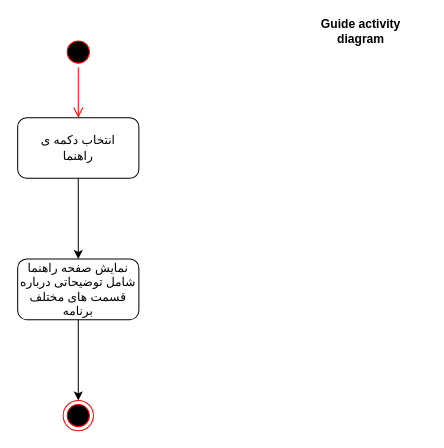
Above: Docs./ActivityDiagram-Guide.drawio in ShadiMe-flutter/Workout (draw.io), before the change. Source tidied: cells renumbered, new cells numbered last; positions are measured from the earlier drawing's top-left corner, leaving out a move shared by most shapes. Both pictures are drawn from the tidied source at 101%, with x=0, y=0 at pixel (17, 26).
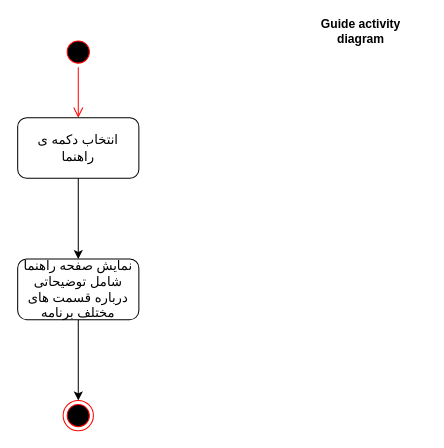
After the change.

Diff of the diagram source:
```diff
@@
 <mxGraphModel>
   <root>
     <mxCell id="0" />
     <mxCell id="1" parent="0" />
     <mxCell id="2" style="ellipse;html=1;shape=startState;fillColor=#000000;strokeColor=#ff0000;" parent="1" vertex="1">
       <mxGeometry x="45" y="10" width="30" height="30" as="geometry" />
     </mxCell>
     <mxCell id="3" style="edgeStyle=orthogonalEdgeStyle;html=1;verticalAlign=bottom;endArrow=open;endSize=8;strokeColor=#ff0000;entryX=0.5;entryY=0;entryDx=0;entryDy=0;" parent="1" edge="1" source="2" target="5">
       <mxGeometry relative="1" as="geometry" />
     </mxCell>
     <mxCell id="4" style="edgeStyle=orthogonalEdgeStyle;rounded=0;jettySize=auto;html=1;" parent="1" edge="1" source="5" target="7">
       <mxGeometry relative="1" as="geometry" />
     </mxCell>
-    <mxCell id="5" value="&lt;div&gt;انتخاب دکمه ی &lt;br&gt;&lt;/div&gt;&lt;div&gt;راهنما&lt;br&gt;&lt;/div&gt;" style="rounded=1;whiteSpace=wrap;html=1;" parent="1" vertex="1">
+    <mxCell id="5" value="&lt;div style=&quot;font-size: 13px&quot;&gt;&lt;font face=&quot;B Zar&quot; style=&quot;font-size: 13px&quot;&gt;انتخاب دکمه ی &lt;br&gt;&lt;/font&gt;&lt;/div&gt;&lt;div style=&quot;font-size: 13px&quot;&gt;&lt;font face=&quot;B Zar&quot; style=&quot;font-size: 13px&quot;&gt;راهنما&lt;/font&gt;&lt;br&gt;&lt;/div&gt;" style="rounded=1;whiteSpace=wrap;html=1;" parent="1" vertex="1">
       <mxGeometry y="90" width="120" height="60" as="geometry" />
     </mxCell>
     <mxCell id="6" style="edgeStyle=orthogonalEdgeStyle;rounded=0;jettySize=auto;html=1;entryX=0.5;entryY=0;entryDx=0;entryDy=0;" parent="1" edge="1" source="7" target="8">
       <mxGeometry relative="1" as="geometry" />
     </mxCell>
-    <mxCell id="7" value="نمایش صفحه راهنما شامل توضیحاتی درباره قسمت های مختلف برنامه" style="rounded=1;whiteSpace=wrap;html=1;" parent="1" vertex="1">
+    <mxCell id="7" value="&lt;font face=&quot;B Zar&quot; style=&quot;font-size: 13px&quot;&gt;نمایش صفحه راهنما شامل توضیحاتی درباره قسمت های مختلف برنامه&lt;/font&gt;" style="rounded=1;whiteSpace=wrap;html=1;" parent="1" vertex="1">
       <mxGeometry y="230" width="120" height="60" as="geometry" />
     </mxCell>
     <mxCell id="8" style="ellipse;html=1;shape=endState;fillColor=#000000;strokeColor=#ff0000;" parent="1" vertex="1">
       <mxGeometry x="45" y="370" width="30" height="30" as="geometry" />
     </mxCell>
     <mxCell id="9" value="&lt;b&gt;Guide activity diagram&lt;/b&gt;" style="text;html=1;strokeColor=none;fillColor=none;align=center;verticalAlign=middle;whiteSpace=wrap;rounded=0;" parent="1" vertex="1">
       <mxGeometry x="275" width="130" height="10" as="geometry" />
     </mxCell>
   </root>
 </mxGraphModel>
```
